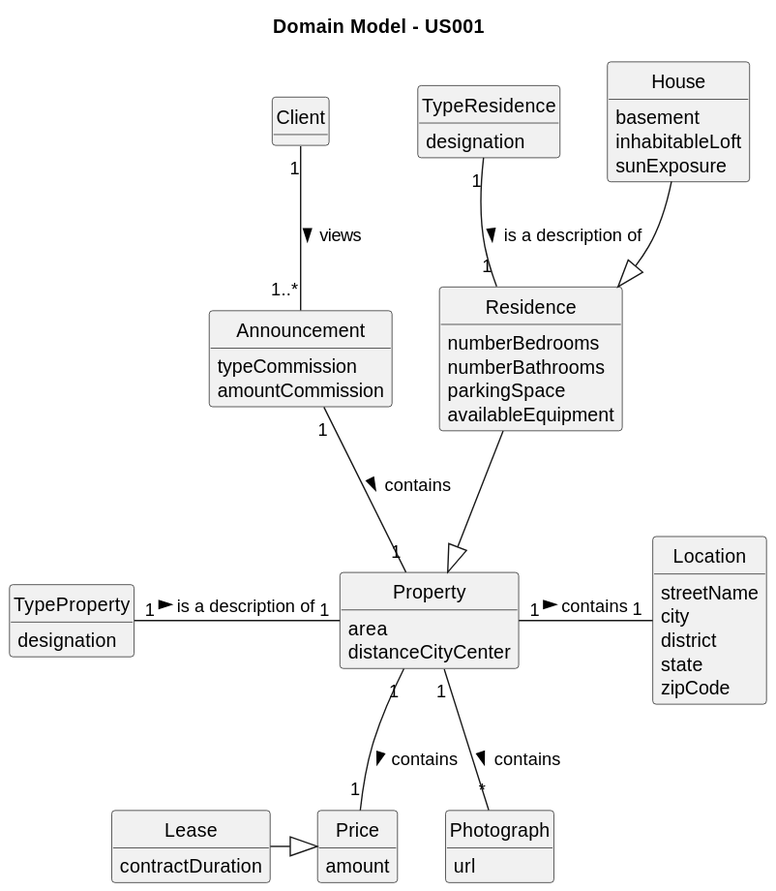
The PlantUML diagram docs/sprintB/us001/02.analysis/svg/us001-domain-model.svg in rita-barbosa/LAPR2-2223, before a commit.
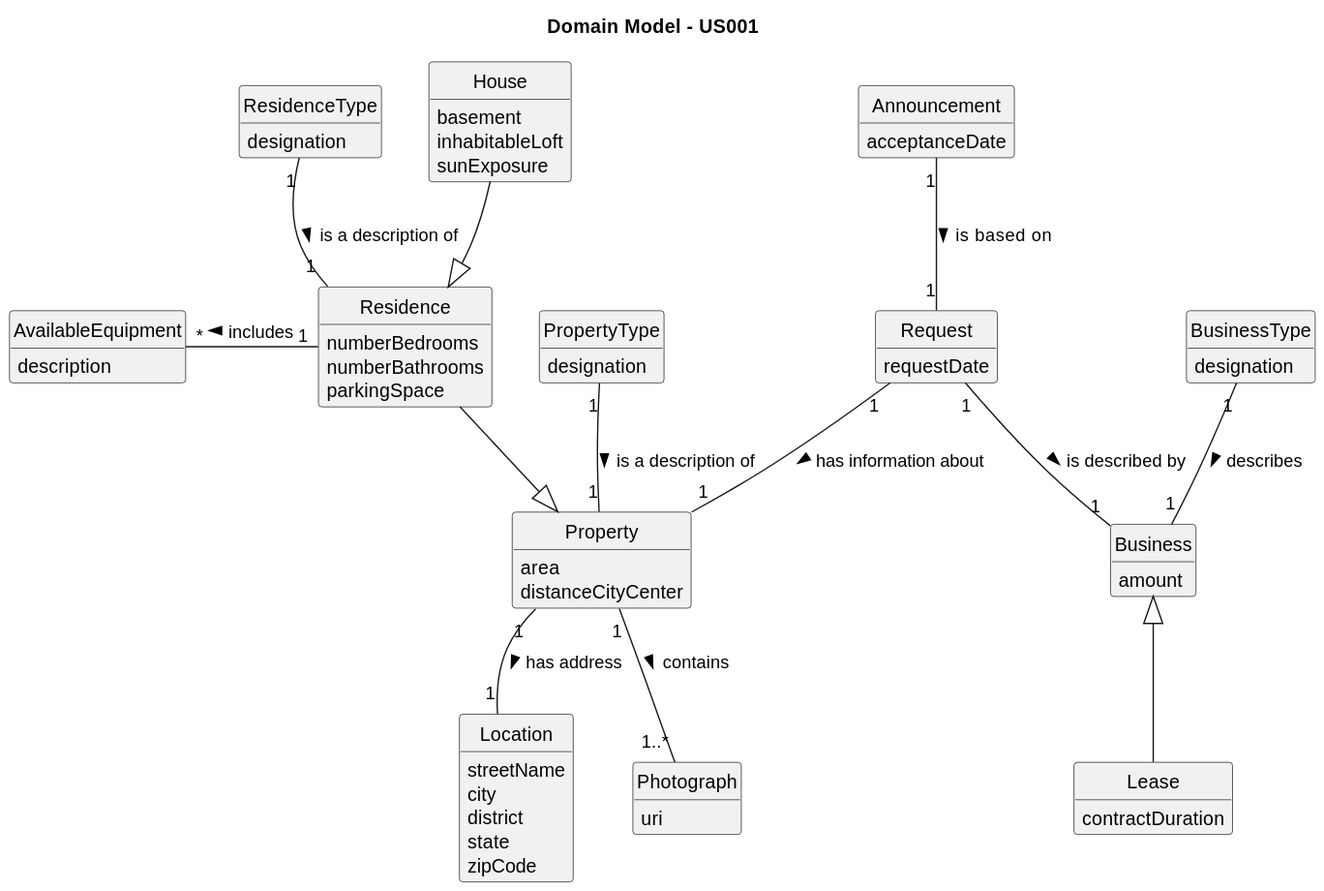
Above is the later version.

What changed in the source:
```diff
@@ -11,44 +11,24 @@
 
 title Domain Model - US001
 
-class Client{}
 
-class Announcement {
-    typeCommission
-    amountCommission
+class Announcement{
+acceptanceDate
 }
 
 class Property{
-      area
-      distanceCityCenter
+ area
+ distanceCityCenter
 }
 
-class Price{
-amount
+class Residence{
+ numberBedrooms
+ numberBathrooms
+ parkingSpace
 }
 
-class Lease{
-contractDuration
-}
-
-class Location{
-streetName
-city
-district
-state
-zipCode
-}
-
-class TypeProperty{
-designation
-}
-
-class TypeResidence{
-designation
-}
-
-class Photograph{
-url
+class AvailableEquipment{
+description
 }
 
 class House{
@@ -57,22 +37,47 @@
  sunExposure
 }
 
-class Residence{
- numberBedrooms
- numberBathrooms
- parkingSpace
-availableEquipment
+class PropertyType{
+designation
+}
+class ResidenceType{
+designation
+}
+class Photograph{
+uri
+}
+class Location{
+streetName
+city
+district
+state
+zipCode
+}
+class Business{
+amount
+}
+class BusinessType{
+designation
+}
+class Lease{
+contractDuration
+}
+
+class Request{
+requestDate
 }
 
 
-Client "1" -- "1..*" Announcement: views >
-Announcement "1" -- "1" Property: contains >
 Residence  --|>  Property
 House --|> Residence
-TypeProperty "1" - "1" Property: is a description of >
-TypeResidence "1" -- "1" Residence: is a description of >
-Property "1" - "1" Location: contains >
-Property "1" -- "*" Photograph: contains >
-Price <|-left- Lease
-Property "1" -- "1" Price: contains >
+PropertyType "1" -- "1" Property: is a description of >
+ResidenceType "1" -- "1" Residence: is a description of >
+Property "1" -- "1..*" Photograph: contains >
+Property "1"--"1" Location: has address >
+Residence "1" -left "*"AvailableEquipment: includes >
+Property "1" -up- "1" Request : < has information about
+Request "1" -- "1" Business: is described by >
+Business <|-- Lease
+BusinessType "1" -- "1" Business : describes >
+Announcement "1" -- "1" Request : is  based on >
 @enduml
```
